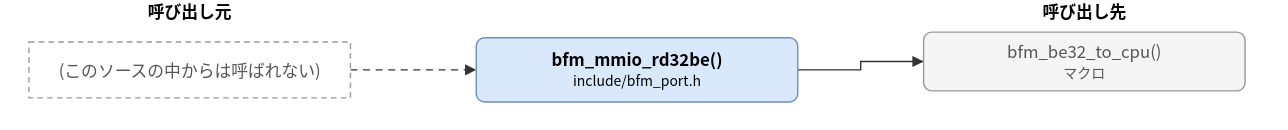
Before: doc/spec/images/call_include_bfm_port-bfm_mmio_rd32be.drawio.svg, a diagram exported from draw.io (hf355051012-ai/bfmem). Source tidied: cells renumbered, new cells last; positions are measured from the earlier drawing's top-left corner, leaving out a move shared by most shapes.
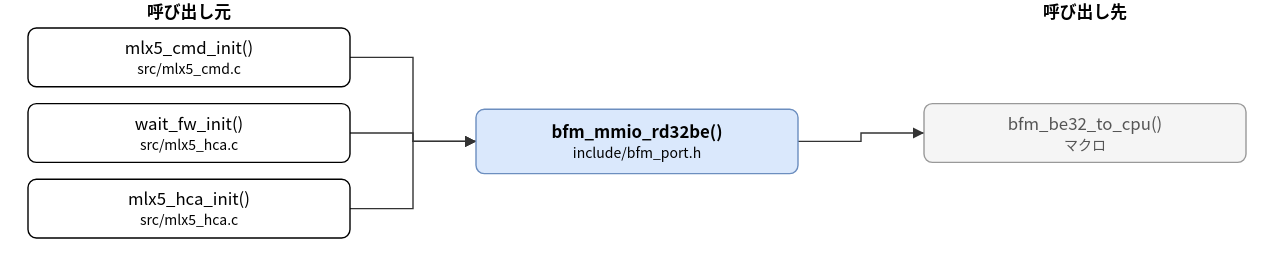
Later version of the same file.

Diff of the diagram source:
```diff
@@ -3,25 +3,52 @@
     <mxCell id="0" />
     <mxCell id="1" parent="0" />
     <mxCell id="2" value="bfm_mmio_rd32be()&lt;br&gt;&lt;font style=&quot;font-size:10px&quot;&gt;include/bfm_port.h&lt;/font&gt;" style="rounded=1;whiteSpace=wrap;html=1;fillColor=#dae8fc;strokeColor=#6c8ebf;fontStyle=1;" parent="1" vertex="1">
-      <mxGeometry x="320" y="27" width="230" height="46" as="geometry" />
+      <mxGeometry x="320" y="78" width="230" height="46" as="geometry" />
     </mxCell>
+    <mxCell id="4" value="mlx5_cmd_init()&lt;br&gt;&lt;font style=&quot;font-size:10px&quot;&gt;src/mlx5_cmd.c&lt;/font&gt;" style="rounded=1;whiteSpace=wrap;html=1;" parent="1" vertex="1">
+      <mxGeometry y="20" width="230" height="42" as="geometry" />
+    </mxCell>
+    <mxCell id="9" value="wait_fw_init()&lt;br&gt;&lt;font style=&quot;font-size:10px&quot;&gt;src/mlx5_hca.c&lt;/font&gt;" style="rounded=1;whiteSpace=wrap;html=1;" parent="1" vertex="1">
+      <mxGeometry y="74" width="230" height="42" as="geometry" />
+    </mxCell>
+    <mxCell id="10" value="mlx5_hca_init()&lt;br&gt;&lt;font style=&quot;font-size:10px&quot;&gt;src/mlx5_hca.c&lt;/font&gt;" style="rounded=1;whiteSpace=wrap;html=1;" parent="1" vertex="1">
+      <mxGeometry y="128" width="230" height="42" as="geometry" />
+    </mxCell>
     <mxCell id="3" value="bfm_be32_to_cpu()&lt;br&gt;&lt;font style=&quot;font-size:10px&quot;&gt;マクロ&lt;/font&gt;" style="rounded=1;whiteSpace=wrap;html=1;fillColor=#f5f5f5;strokeColor=#999999;fontColor=#555555;" parent="1" vertex="1">
-      <mxGeometry x="640" y="23" width="230" height="42" as="geometry" />
+      <mxGeometry x="640" y="74" width="230" height="42" as="geometry" />
     </mxCell>
-    <mxCell id="4" value="(このソースの中からは呼ばれない)" style="rounded=0;whiteSpace=wrap;html=1;dashed=1;strokeColor=#999999;fontColor=#555555;dashed=1;" parent="1" vertex="1">
-      <mxGeometry y="30" width="230" height="40" as="geometry" />
-    </mxCell>
-    <mxCell id="5" style="edgeStyle=none;html=1;rounded=0;endArrow=block;endFill=1;exitX=1.0000;exitY=0.5000;exitDx=0;exitDy=0;exitPerimeter=0;entryX=0.0000;entryY=0.5000;entryDx=0;entryDy=0;entryPerimeter=0;" parent="1" edge="1" source="2" target="3">
+    <mxCell id="5" style="edgeStyle=none;html=1;rounded=0;endArrow=block;endFill=1;exitX=1.0000;exitY=0.5000;exitDx=0;exitDy=0;exitPerimeter=0;entryX=0.0000;entryY=0.5000;entryDx=0;entryDy=0;entryPerimeter=0;" parent="1" edge="1" source="4" target="2">
       <mxGeometry relative="1" as="geometry">
         <Array as="points">
-          <mxPoint x="595" y="50" />
-          <mxPoint x="595" y="44" />
+          <mxPoint x="275" y="41" />
+          <mxPoint x="275" y="101" />
         </Array>
       </mxGeometry>
     </mxCell>
-    <mxCell id="6" style="edgeStyle=none;html=1;rounded=0;endArrow=block;endFill=1;exitX=1.0000;exitY=0.5000;exitDx=0;exitDy=0;exitPerimeter=0;entryX=0.0000;entryY=0.5000;entryDx=0;entryDy=0;entryPerimeter=0;dashed=1;" parent="1" edge="1" source="4" target="2">
-      <mxGeometry relative="1" as="geometry" />
+    <mxCell id="6" style="edgeStyle=none;html=1;rounded=0;endArrow=block;endFill=1;exitX=1.0000;exitY=0.5000;exitDx=0;exitDy=0;exitPerimeter=0;entryX=0.0000;entryY=0.5000;entryDx=0;entryDy=0;entryPerimeter=0;" parent="1" edge="1" source="9" target="2">
+      <mxGeometry relative="1" as="geometry">
+        <Array as="points">
+          <mxPoint x="275" y="95" />
+          <mxPoint x="275" y="101" />
+        </Array>
+      </mxGeometry>
     </mxCell>
+    <mxCell id="11" style="edgeStyle=none;html=1;rounded=0;endArrow=block;endFill=1;exitX=1.0000;exitY=0.5000;exitDx=0;exitDy=0;exitPerimeter=0;entryX=0.0000;entryY=0.5000;entryDx=0;entryDy=0;entryPerimeter=0;" parent="1" edge="1" source="10" target="2">
+      <mxGeometry relative="1" as="geometry">
+        <Array as="points">
+          <mxPoint x="275" y="149" />
+          <mxPoint x="275" y="101" />
+        </Array>
+      </mxGeometry>
+    </mxCell>
+    <mxCell id="12" style="edgeStyle=none;html=1;rounded=0;endArrow=block;endFill=1;exitX=1.0000;exitY=0.5000;exitDx=0;exitDy=0;exitPerimeter=0;entryX=0.0000;entryY=0.5000;entryDx=0;entryDy=0;entryPerimeter=0;" parent="1" edge="1" source="2" target="3">
+      <mxGeometry relative="1" as="geometry">
+        <Array as="points">
+          <mxPoint x="595" y="101" />
+          <mxPoint x="595" y="95" />
+        </Array>
+      </mxGeometry>
+    </mxCell>
     <mxCell id="7" value="呼び出し元" style="text;html=1;align=center;fontStyle=1;" parent="1" vertex="1">
       <mxGeometry x="35" width="160" height="18" as="geometry" />
     </mxCell>
```
